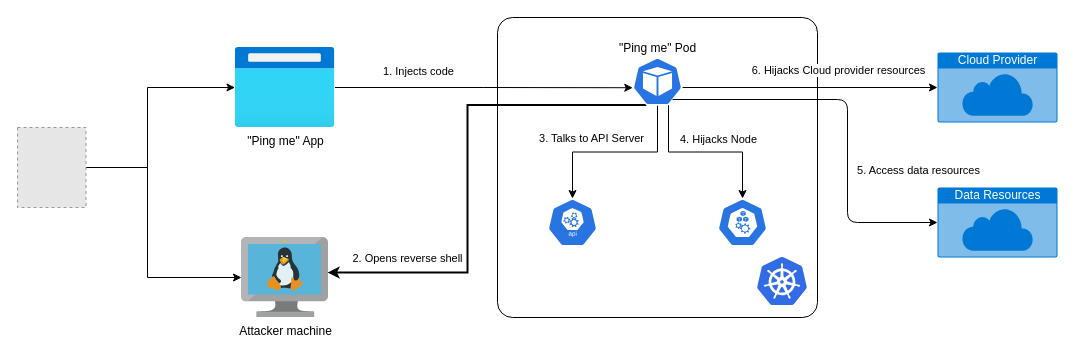
This is docs/hijack-kubernetes.drawio from nmeisenzahl/hijack-kubernetes, a draw.io file, before an edit. Source tidied: cells renumbered, new cells numbered last; positions are measured from the earlier drawing's top-left corner, leaving out a move shared by most shapes. Both pictures are drawn from the tidied source at 100%, with x=0, y=0 at pixel (17, 17). Pictures stored in the file or linked from it are replaced by grey dashed boxes.
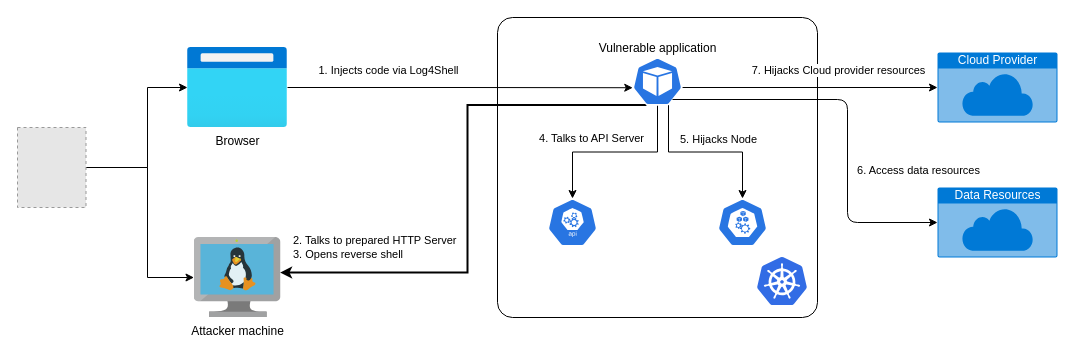
The same diagram, later.

Unchanged cells that the change refers to:
```xml
<mxCell id="5" style="edgeStyle=orthogonalEdgeStyle;rounded=0;jettySize=auto;html=1;" parent="1" edge="1" source="8" target="4">
  <mxGeometry relative="1" as="geometry">
    <Array as="points">
      <mxPoint x="130" y="150" />
      <mxPoint x="130" y="70" />
    </Array>
  </mxGeometry>
</mxCell>
<mxCell id="10" style="edgeStyle=orthogonalEdgeStyle;rounded=0;jettySize=auto;html=1;exitX=0.28;exitY=0.99;exitDx=0;exitDy=0;exitPerimeter=0;entryX=0.989;entryY=0.438;entryDx=0;entryDy=0;entryPerimeter=0;strokeWidth=2;" parent="1" edge="1" source="17" target="18">
  <mxGeometry relative="1" as="geometry">
    <Array as="points">
      <mxPoint x="450" y="88" />
      <mxPoint x="450" y="255" />
    </Array>
  </mxGeometry>
</mxCell>
<mxCell id="12" style="edgeStyle=orthogonalEdgeStyle;rounded=0;jettySize=auto;html=1;exitX=0.5;exitY=1;exitDx=0;exitDy=0;exitPerimeter=0;entryX=0.5;entryY=0;entryDx=0;entryDy=0;entryPerimeter=0;" parent="1" edge="1" source="17" target="19">
  <mxGeometry relative="1" as="geometry" />
</mxCell>
<mxCell id="14" style="edgeStyle=orthogonalEdgeStyle;rounded=0;jettySize=auto;html=1;entryX=0.5;entryY=0;entryDx=0;entryDy=0;entryPerimeter=0;exitX=0.72;exitY=0.99;exitDx=0;exitDy=0;exitPerimeter=0;" parent="1" edge="1" source="17" target="20">
  <mxGeometry relative="1" as="geometry" />
</mxCell>
```

Diff of the diagram source:
```diff
@@
-    <mxCell id="4" value="&quot;Ping me&quot; App" style="html=1;points=[];align=center;image;fontSize=12;image=img/lib/azure2/general/Browser.svg;" parent="1" vertex="1">
-      <mxGeometry x="217.5" y="30" width="100" height="80" as="geometry" />
+    <mxCell id="4" value="Browser" style="html=1;points=[];align=center;image;fontSize=12;image=img/lib/azure2/general/Browser.svg;" parent="1" vertex="1">
+      <mxGeometry x="170" y="30" width="100" height="80" as="geometry" />
     </mxCell>
@@
-    <mxCell id="6" value="1. Injects code" style="edgeLabel;html=1;align=center;verticalAlign=top;labelPosition=center;verticalLabelPosition=bottom;" parent="5" vertex="1">
+    <mxCell id="6" value="1. Injects code via Log4Shell" style="edgeLabel;html=1;align=center;verticalAlign=top;labelPosition=center;verticalLabelPosition=bottom;" parent="5" vertex="1">
       <mxGeometry x="0.2" y="1" relative="1" as="geometry">
-        <mxPoint x="271" y="-34" as="offset" />
+        <mxPoint x="241" y="-63" as="offset" />
       </mxGeometry>
     </mxCell>
@@
-    <mxCell id="11" value="2. Opens reverse shell" style="edgeLabel;html=1;align=center;verticalAlign=middle;" parent="10" vertex="1">
+    <mxCell id="11" value="2. Talks to prepared HTTP Server&lt;br&gt;3. Opens reverse shell" style="edgeLabel;html=1;align=left;verticalAlign=middle;" parent="10" vertex="1">
       <mxGeometry x="0.49" relative="1" as="geometry">
-        <mxPoint x="-45" y="-15" as="offset" />
+        <mxPoint x="-125" y="-26" as="offset" />
       </mxGeometry>
     </mxCell>
@@
-    <mxCell id="13" value="3. Talks to API Server" style="edgeLabel;html=1;align=center;verticalAlign=bottom;labelPosition=center;verticalLabelPosition=top;" parent="12" vertex="1">
+    <mxCell id="13" value="4. Talks to API Server" style="edgeLabel;html=1;align=center;verticalAlign=bottom;labelPosition=center;verticalLabelPosition=top;" parent="12" vertex="1">
       <mxGeometry x="0.06" y="-1" relative="1" as="geometry">
         <mxPoint x="-19" y="-5" as="offset" />
       </mxGeometry>
     </mxCell>
@@
-    <mxCell id="15" value="4. Hijacks Node" style="edgeLabel;html=1;align=center;verticalAlign=middle;" parent="14" vertex="1">
+    <mxCell id="15" value="5. Hijacks Node" style="edgeLabel;html=1;align=center;verticalAlign=middle;" parent="14" vertex="1">
       <mxGeometry x="0.57" y="2" relative="1" as="geometry">
         <mxPoint x="-27" y="-23" as="offset" />
       </mxGeometry>
     </mxCell>
@@
-    <mxCell id="17" value="&quot;Ping me&quot; Pod" style="html=1;dashed=0;whitespace=wrap;fillColor=#2875E2;strokeColor=#ffffff;points=[[0.005,0.63,0],[0.1,0.2,0],[0.9,0.2,0],[0.5,0,0],[0.995,0.63,0],[0.72,0.99,0],[0.5,1,0],[0.28,0.99,0]];shape=mxgraph.kubernetes.icon;prIcon=pod;labelPosition=center;verticalLabelPosition=top;align=center;verticalAlign=bottom;" parent="1" vertex="1">
+    <mxCell id="17" value="Vulnerable application" style="html=1;dashed=0;whitespace=wrap;fillColor=#2875E2;strokeColor=#ffffff;points=[[0.005,0.63,0],[0.1,0.2,0],[0.9,0.2,0],[0.5,0,0],[0.995,0.63,0],[0.72,0.99,0],[0.5,1,0],[0.28,0.99,0]];shape=mxgraph.kubernetes.icon;prIcon=pod;labelPosition=center;verticalLabelPosition=top;align=center;verticalAlign=bottom;" parent="1" vertex="1">
       <mxGeometry x="615" y="40" width="50" height="48" as="geometry" />
     </mxCell>
     <mxCell id="18" value="Attacker machine" style="html=1;points=[];align=center;image;fontSize=12;image=img/lib/mscae/VM_Linux.svg;" parent="1" vertex="1">
-      <mxGeometry x="224" y="220" width="87" height="80" as="geometry" />
+      <mxGeometry x="176.5" y="220" width="87" height="80" as="geometry" />
     </mxCell>
@@
-    <mxCell id="24" value="6. Hijacks Cloud provider resources" style="edgeLabel;html=1;align=center;verticalAlign=top;labelPosition=center;verticalLabelPosition=bottom;" parent="1" vertex="1">
+    <mxCell id="24" value="7. Hijacks Cloud provider resources" style="edgeLabel;html=1;align=center;verticalAlign=top;labelPosition=center;verticalLabelPosition=bottom;" parent="1" vertex="1">
       <mxGeometry x="820" y="40" as="geometry" />
     </mxCell>
-    <mxCell id="25" value="5. Access data resources" style="edgeLabel;html=1;align=center;verticalAlign=top;labelPosition=center;verticalLabelPosition=bottom;" parent="1" vertex="1">
+    <mxCell id="25" value="6. Access data resources" style="edgeLabel;html=1;align=center;verticalAlign=top;labelPosition=center;verticalLabelPosition=bottom;" parent="1" vertex="1">
       <mxGeometry x="900" y="140" as="geometry" />
     </mxCell>
```
